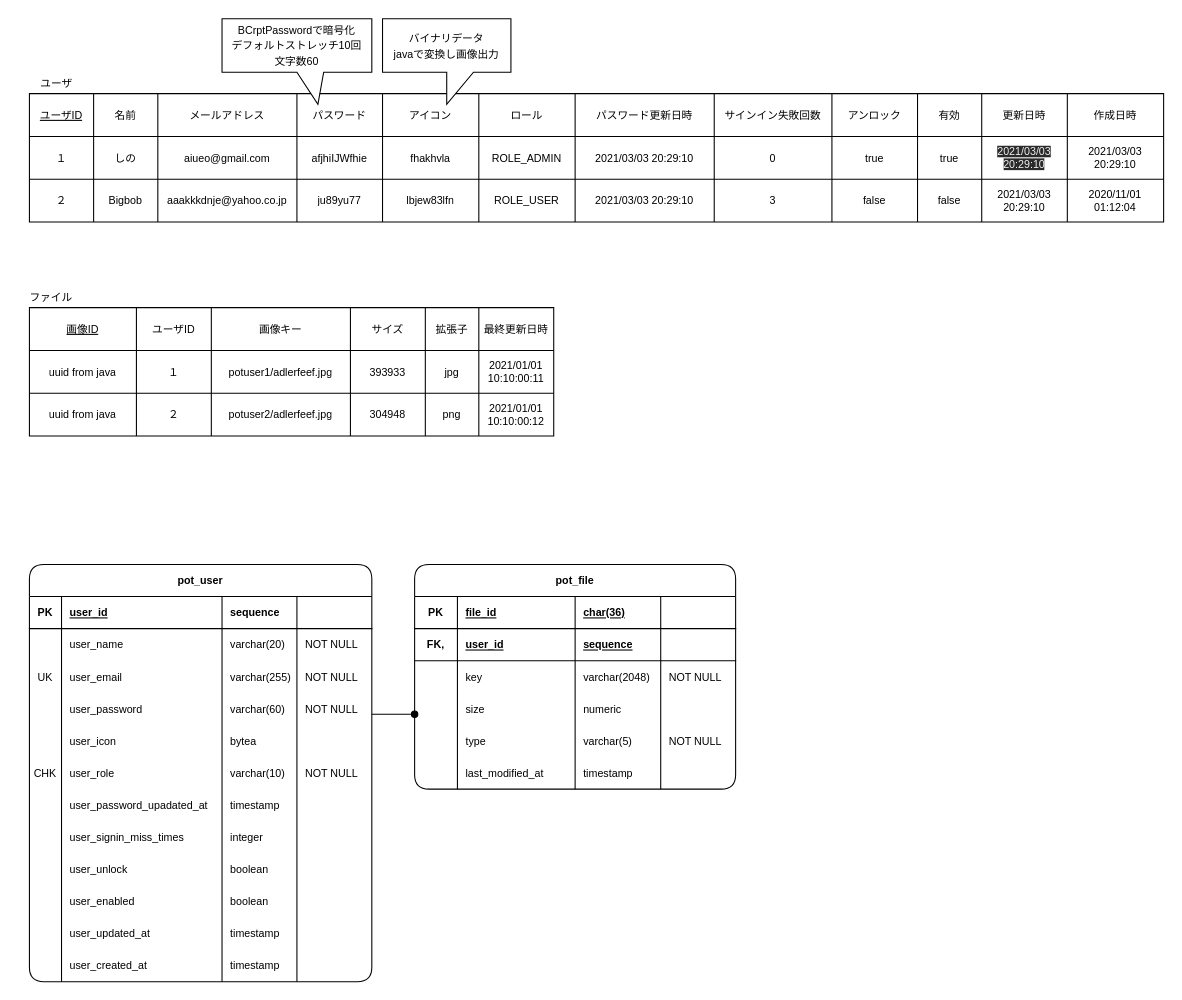
Earlier version of the draw.io diagram page "テーブル表" (1 of 2) of ER.drawio (ODEN-t/imagepot). Source tidied: cells renumbered, new cells numbered last; positions are measured from the earlier drawing's top-left corner, leaving out a move shared by most shapes. Both pictures are drawn from the tidied source at 107%, with x=0, y=0 at pixel (18, 18).
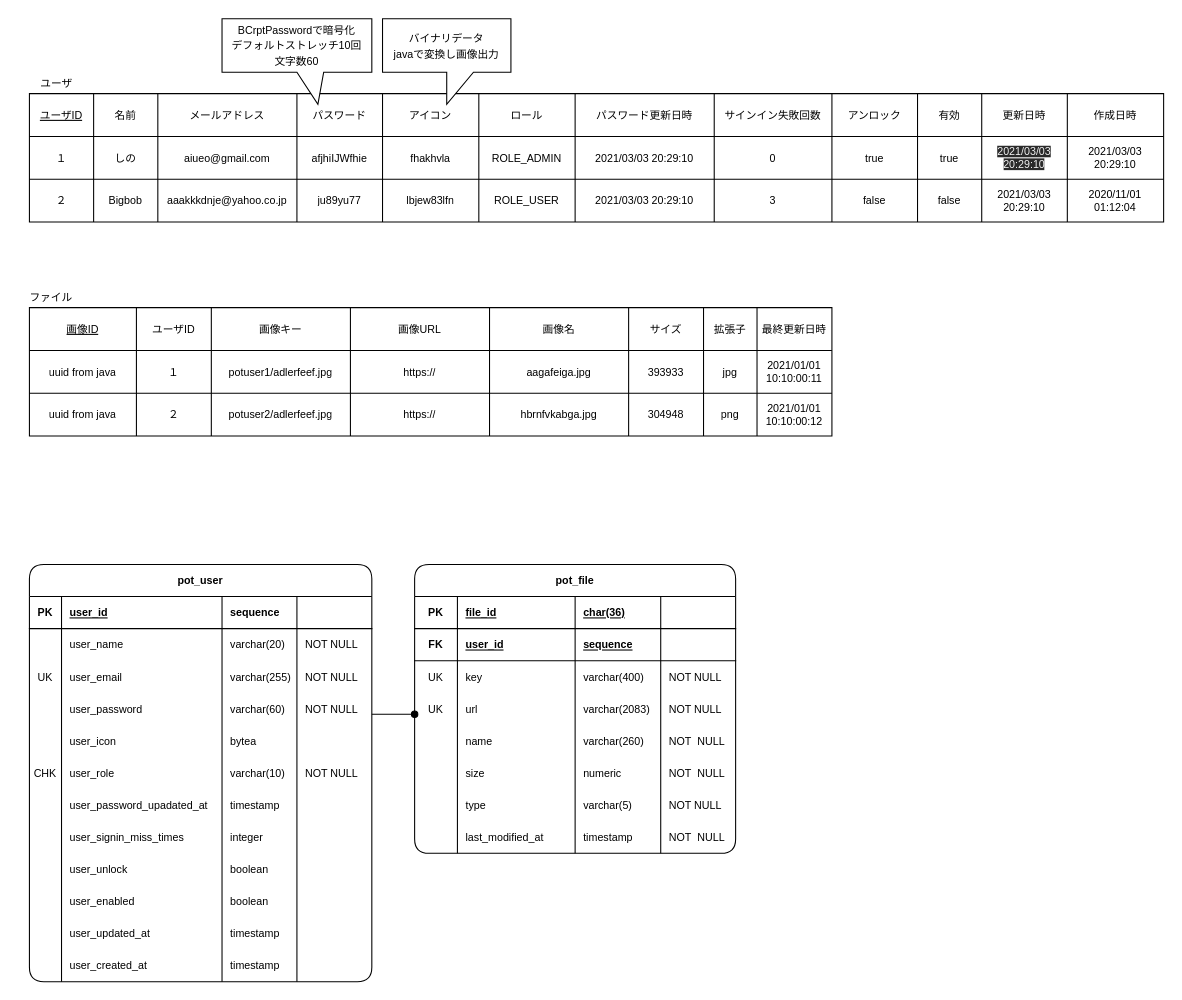
After the change.

Unchanged cells that the change refers to:
```xml
<mxCell id="69" style="shape=partialRectangle;fillColor=none;top=0;left=0;bottom=1;right=0;fontFamily=Helvetica;fontSize=10;" parent="63" vertex="1">
  <mxGeometry y="60" width="300" height="30" as="geometry" />
</mxCell>
<mxCell id="74" style="shape=partialRectangle;fillColor=none;top=0;left=0;bottom=0;right=0;fontFamily=Helvetica;fontSize=10;" parent="63" vertex="1">
  <mxGeometry y="90" width="300" height="30" as="geometry" />
</mxCell>
```

Change to the diagram source:
```diff
@@
     <mxCell id="63" value="pot_file" style="shape=table;startSize=30;childLayout=tableLayout;rowLines=0;fontStyle=1;align=center;rounded=1;shadow=0;dashed=0;strokeWidth=1;fontFamily=Helvetica;fontSize=10;" parent="1" vertex="1">
-      <mxGeometry x="370" y="510" width="300" height="210" as="geometry" />
+      <mxGeometry x="370" y="510" width="300" height="270" as="geometry" />
     </mxCell>
@@
-    <mxCell id="70" value="FK," style="shape=partialRectangle;fillColor=none;top=0;left=0;bottom=0;right=0;fontStyle=1;overflow=hidden;fontFamily=Helvetica;fontSize=10;" parent="69" vertex="1">
+    <mxCell id="70" value="FK" style="shape=partialRectangle;fillColor=none;top=0;left=0;bottom=0;right=0;fontStyle=1;overflow=hidden;fontFamily=Helvetica;fontSize=10;" parent="69" vertex="1">
       <mxGeometry width="40" height="30" as="geometry" />
     </mxCell>
@@
-    <mxCell id="75" style="shape=partialRectangle;fillColor=none;top=0;left=0;bottom=0;right=0;overflow=hidden;fontFamily=Helvetica;fontSize=10;" parent="74" vertex="1">
+    <mxCell id="75" value="UK" style="shape=partialRectangle;fillColor=none;top=0;left=0;bottom=0;right=0;overflow=hidden;fontFamily=Helvetica;fontSize=10;" parent="74" vertex="1">
       <mxGeometry width="40" height="30" as="geometry" />
     </mxCell>
@@
-    <mxCell id="77" value="varchar(2048)" style="shape=partialRectangle;fillColor=none;top=0;left=0;bottom=0;right=0;align=left;spacingLeft=6;overflow=hidden;fontFamily=Helvetica;fontSize=10;" parent="74" vertex="1">
+    <mxCell id="77" value="varchar(400)" style="shape=partialRectangle;fillColor=none;top=0;left=0;bottom=0;right=0;align=left;spacingLeft=6;overflow=hidden;fontFamily=Helvetica;fontSize=10;" parent="74" vertex="1">
       <mxGeometry x="150" width="80" height="30" as="geometry" />
     </mxCell>
@@
+    <mxCell id="162" style="shape=partialRectangle;fillColor=none;top=0;left=0;bottom=0;right=0;fontFamily=Helvetica;fontSize=10;" parent="63" vertex="1">
+      <mxGeometry y="120" width="300" height="30" as="geometry" />
+    </mxCell>
+    <mxCell id="163" value="UK" style="shape=partialRectangle;fillColor=none;top=0;left=0;bottom=0;right=0;overflow=hidden;fontFamily=Helvetica;fontSize=10;" parent="162" vertex="1">
+      <mxGeometry width="40" height="30" as="geometry" />
+    </mxCell>
+    <mxCell id="164" value="url" style="shape=partialRectangle;fillColor=none;top=0;left=0;bottom=0;right=0;align=left;spacingLeft=6;overflow=hidden;fontFamily=Helvetica;fontSize=10;" parent="162" vertex="1">
+      <mxGeometry x="40" width="110" height="30" as="geometry" />
+    </mxCell>
+    <mxCell id="165" value="varchar(2083)" style="shape=partialRectangle;fillColor=none;top=0;left=0;bottom=0;right=0;align=left;spacingLeft=6;overflow=hidden;fontFamily=Helvetica;fontSize=10;" parent="162" vertex="1">
+      <mxGeometry x="150" width="80" height="30" as="geometry" />
+    </mxCell>
+    <mxCell id="166" value="NOT NULL" style="shape=partialRectangle;fillColor=none;top=0;left=0;bottom=0;right=0;align=left;spacingLeft=6;overflow=hidden;fontFamily=Helvetica;fontSize=10;" parent="162" vertex="1">
+      <mxGeometry x="230" width="70" height="30" as="geometry" />
+    </mxCell>
+    <mxCell id="167" style="shape=partialRectangle;fillColor=none;top=0;left=0;bottom=0;right=0;fontFamily=Helvetica;fontSize=10;" parent="63" vertex="1">
+      <mxGeometry y="150" width="300" height="30" as="geometry" />
+    </mxCell>
+    <mxCell id="168" style="shape=partialRectangle;fillColor=none;top=0;left=0;bottom=0;right=0;overflow=hidden;fontFamily=Helvetica;fontSize=10;" parent="167" vertex="1">
+      <mxGeometry width="40" height="30" as="geometry" />
+    </mxCell>
+    <mxCell id="169" value="name" style="shape=partialRectangle;fillColor=none;top=0;left=0;bottom=0;right=0;align=left;spacingLeft=6;overflow=hidden;fontFamily=Helvetica;fontSize=10;" parent="167" vertex="1">
+      <mxGeometry x="40" width="110" height="30" as="geometry" />
+    </mxCell>
+    <mxCell id="170" value="varchar(260)" style="shape=partialRectangle;fillColor=none;top=0;left=0;bottom=0;right=0;align=left;spacingLeft=6;overflow=hidden;fontFamily=Helvetica;fontSize=10;" parent="167" vertex="1">
+      <mxGeometry x="150" width="80" height="30" as="geometry" />
+    </mxCell>
+    <mxCell id="171" value="NOT  NULL" style="shape=partialRectangle;fillColor=none;top=0;left=0;bottom=0;right=0;align=left;spacingLeft=6;overflow=hidden;fontFamily=Helvetica;fontSize=10;" parent="167" vertex="1">
+      <mxGeometry x="230" width="70" height="30" as="geometry" />
+    </mxCell>
     <mxCell id="79" style="shape=partialRectangle;fillColor=none;top=0;left=0;bottom=0;right=0;fontFamily=Helvetica;fontSize=10;" parent="63" vertex="1">
-      <mxGeometry y="120" width="300" height="30" as="geometry" />
+      <mxGeometry y="180" width="300" height="30" as="geometry" />
     </mxCell>
@@
-    <mxCell id="83" style="shape=partialRectangle;fillColor=none;top=0;left=0;bottom=0;right=0;align=left;spacingLeft=6;overflow=hidden;fontFamily=Helvetica;fontSize=10;" parent="79" vertex="1">
+    <mxCell id="83" value="NOT  NULL" style="shape=partialRectangle;fillColor=none;top=0;left=0;bottom=0;right=0;align=left;spacingLeft=6;overflow=hidden;fontFamily=Helvetica;fontSize=10;" parent="79" vertex="1">
       <mxGeometry x="230" width="70" height="30" as="geometry" />
     </mxCell>
     <mxCell id="84" style="shape=partialRectangle;fillColor=none;top=0;left=0;bottom=0;right=0;fontFamily=Helvetica;fontSize=10;" parent="63" vertex="1">
-      <mxGeometry y="150" width="300" height="30" as="geometry" />
+      <mxGeometry y="210" width="300" height="30" as="geometry" />
     </mxCell>
@@
     <mxCell id="89" style="shape=partialRectangle;fillColor=none;top=0;left=0;bottom=0;right=0;fontFamily=Helvetica;fontSize=10;" parent="63" vertex="1">
-      <mxGeometry y="180" width="300" height="30" as="geometry" />
+      <mxGeometry y="240" width="300" height="30" as="geometry" />
     </mxCell>
@@
-    <mxCell id="93" style="shape=partialRectangle;fillColor=none;top=0;left=0;bottom=0;right=0;align=left;spacingLeft=6;overflow=hidden;fontFamily=Helvetica;fontSize=10;" parent="89" vertex="1">
+    <mxCell id="93" value="NOT  NULL" style="shape=partialRectangle;fillColor=none;top=0;left=0;bottom=0;right=0;align=left;spacingLeft=6;overflow=hidden;fontFamily=Helvetica;fontSize=10;" parent="89" vertex="1">
       <mxGeometry x="230" width="70" height="30" as="geometry" />
     </mxCell>
@@
     <mxCell id="135" style="shape=table;html=1;whiteSpace=wrap;startSize=0;childLayout=tableLayout;fontFamily=Helvetica;fontSize=10;" parent="1" vertex="1">
-      <mxGeometry x="10" y="270" width="490" height="120" as="geometry" />
+      <mxGeometry x="10" y="270" width="750" height="120" as="geometry" />
     </mxCell>
     <mxCell id="136" style="shape=partialRectangle;html=1;whiteSpace=wrap;fillColor=none;top=0;left=0;bottom=0;right=0;fontSize=10;" parent="135" vertex="1">
-      <mxGeometry width="490" height="40" as="geometry" />
+      <mxGeometry width="750" height="40" as="geometry" />
     </mxCell>
@@
+    <mxCell id="172" value="画像URL" style="shape=partialRectangle;html=1;whiteSpace=wrap;fillColor=none;top=0;left=0;bottom=0;right=0;overflow=hidden;fontSize=10;fontStyle=0;" parent="136" vertex="1">
+      <mxGeometry x="300" width="130" height="40" as="geometry" />
+    </mxCell>
+    <mxCell id="173" value="画像名" style="shape=partialRectangle;html=1;whiteSpace=wrap;fillColor=none;top=0;left=0;bottom=0;right=0;overflow=hidden;fontSize=10;fontStyle=0;" parent="136" vertex="1">
+      <mxGeometry x="430" width="130" height="40" as="geometry" />
+    </mxCell>
     <mxCell id="140" value="サイズ" style="shape=partialRectangle;html=1;whiteSpace=wrap;fillColor=none;top=0;left=0;bottom=0;right=0;overflow=hidden;fontSize=10;" parent="136" vertex="1">
-      <mxGeometry x="300" width="70" height="40" as="geometry" />
+      <mxGeometry x="560" width="70" height="40" as="geometry" />
     </mxCell>
     <mxCell id="141" value="拡張子" style="shape=partialRectangle;html=1;whiteSpace=wrap;fillColor=none;top=0;left=0;bottom=0;right=0;overflow=hidden;fontSize=10;" parent="136" vertex="1">
-      <mxGeometry x="370" width="50" height="40" as="geometry" />
+      <mxGeometry x="630" width="50" height="40" as="geometry" />
     </mxCell>
     <mxCell id="142" value="最終更新日時" style="shape=partialRectangle;html=1;whiteSpace=wrap;fillColor=none;top=0;left=0;bottom=0;right=0;overflow=hidden;fontSize=10;" parent="136" vertex="1">
-      <mxGeometry x="420" width="70" height="40" as="geometry" />
+      <mxGeometry x="680" width="70" height="40" as="geometry" />
     </mxCell>
     <mxCell id="143" style="shape=partialRectangle;html=1;whiteSpace=wrap;fillColor=none;top=0;left=0;bottom=0;right=0;fontSize=10;" parent="135" vertex="1">
-      <mxGeometry y="40" width="490" height="40" as="geometry" />
+      <mxGeometry y="40" width="750" height="40" as="geometry" />
     </mxCell>
@@
+    <mxCell id="174" value="https://" style="shape=partialRectangle;html=1;whiteSpace=wrap;fillColor=none;top=0;left=0;bottom=0;right=0;overflow=hidden;fontSize=10;" parent="143" vertex="1">
+      <mxGeometry x="300" width="130" height="40" as="geometry" />
+    </mxCell>
+    <mxCell id="175" value="aagafeiga.jpg" style="shape=partialRectangle;html=1;whiteSpace=wrap;fillColor=none;top=0;left=0;bottom=0;right=0;overflow=hidden;fontSize=10;" parent="143" vertex="1">
+      <mxGeometry x="430" width="130" height="40" as="geometry" />
+    </mxCell>
     <mxCell id="147" value="393933" style="shape=partialRectangle;html=1;whiteSpace=wrap;fillColor=none;top=0;left=0;bottom=0;right=0;overflow=hidden;fontSize=10;" parent="143" vertex="1">
-      <mxGeometry x="300" width="70" height="40" as="geometry" />
+      <mxGeometry x="560" width="70" height="40" as="geometry" />
     </mxCell>
     <mxCell id="148" value="jpg" style="shape=partialRectangle;html=1;whiteSpace=wrap;fillColor=none;top=0;left=0;bottom=0;right=0;overflow=hidden;fontSize=10;" parent="143" vertex="1">
-      <mxGeometry x="370" width="50" height="40" as="geometry" />
+      <mxGeometry x="630" width="50" height="40" as="geometry" />
     </mxCell>
     <mxCell id="149" value="2021/01/01 10:10:00:11" style="shape=partialRectangle;html=1;whiteSpace=wrap;fillColor=none;top=0;left=0;bottom=0;right=0;overflow=hidden;fontSize=10;" parent="143" vertex="1">
-      <mxGeometry x="420" width="70" height="40" as="geometry" />
+      <mxGeometry x="680" width="70" height="40" as="geometry" />
     </mxCell>
     <mxCell id="150" style="shape=partialRectangle;html=1;whiteSpace=wrap;fillColor=none;top=0;left=0;bottom=0;right=0;fontSize=10;" parent="135" vertex="1">
-      <mxGeometry y="80" width="490" height="40" as="geometry" />
+      <mxGeometry y="80" width="750" height="40" as="geometry" />
     </mxCell>
@@
+    <mxCell id="176" value="&lt;span&gt;https://&lt;/span&gt;" style="shape=partialRectangle;html=1;whiteSpace=wrap;fillColor=none;top=0;left=0;bottom=0;right=0;overflow=hidden;fontSize=10;" parent="150" vertex="1">
+      <mxGeometry x="300" width="130" height="40" as="geometry" />
+    </mxCell>
+    <mxCell id="177" value="hbrnfvkabga.jpg" style="shape=partialRectangle;html=1;whiteSpace=wrap;fillColor=none;top=0;left=0;bottom=0;right=0;overflow=hidden;fontSize=10;" parent="150" vertex="1">
+      <mxGeometry x="430" width="130" height="40" as="geometry" />
+    </mxCell>
     <mxCell id="154" value="304948" style="shape=partialRectangle;html=1;whiteSpace=wrap;fillColor=none;top=0;left=0;bottom=0;right=0;overflow=hidden;fontSize=10;" parent="150" vertex="1">
-      <mxGeometry x="300" width="70" height="40" as="geometry" />
+      <mxGeometry x="560" width="70" height="40" as="geometry" />
     </mxCell>
     <mxCell id="155" value="png" style="shape=partialRectangle;html=1;whiteSpace=wrap;fillColor=none;top=0;left=0;bottom=0;right=0;overflow=hidden;fontSize=10;" parent="150" vertex="1">
-      <mxGeometry x="370" width="50" height="40" as="geometry" />
+      <mxGeometry x="630" width="50" height="40" as="geometry" />
     </mxCell>
     <mxCell id="156" value="2021/01/01 10:10:00:12" style="shape=partialRectangle;html=1;whiteSpace=wrap;fillColor=none;top=0;left=0;bottom=0;right=0;overflow=hidden;fontSize=10;" parent="150" vertex="1">
-      <mxGeometry x="420" width="70" height="40" as="geometry" />
+      <mxGeometry x="680" width="70" height="40" as="geometry" />
     </mxCell>
```
